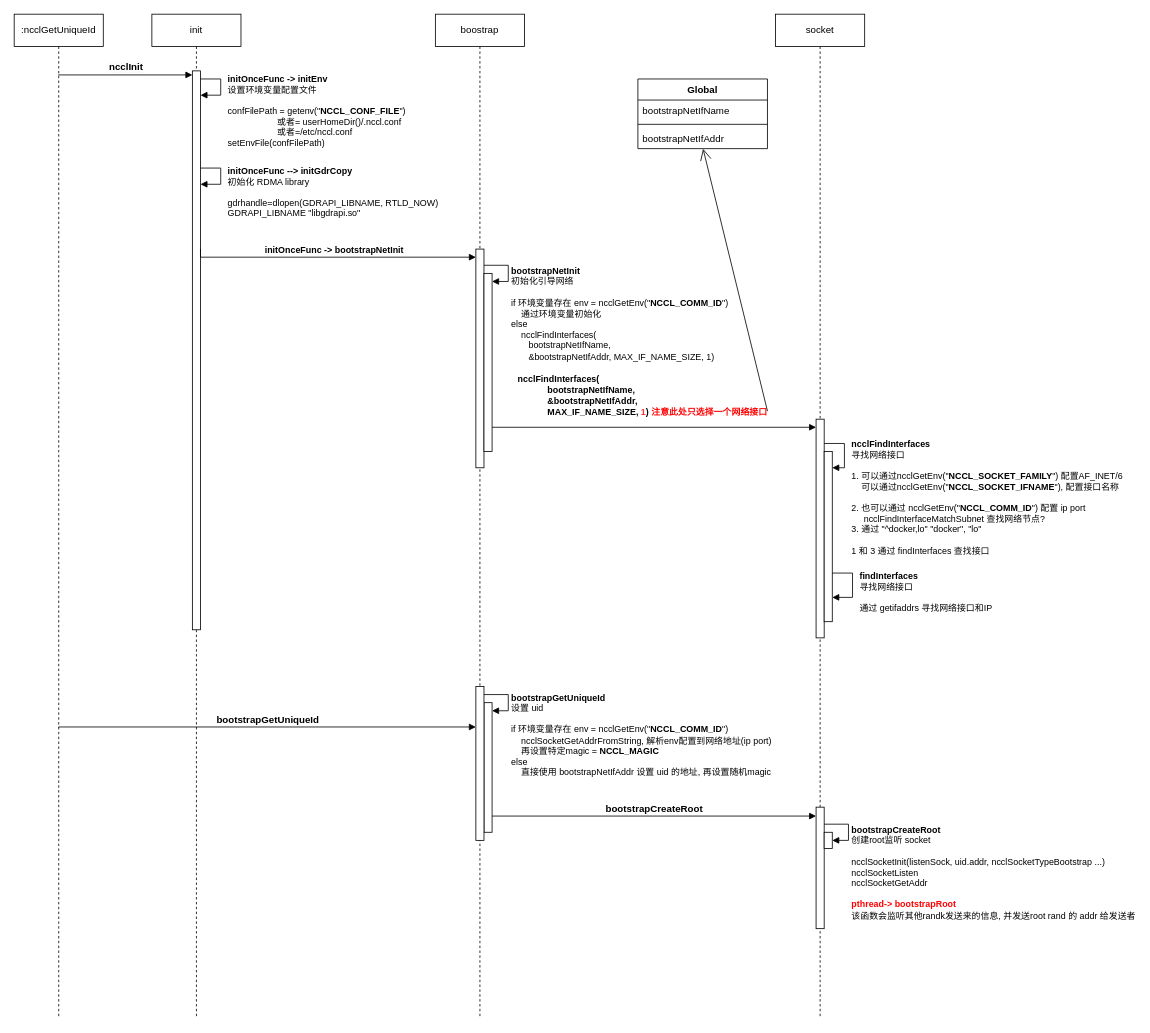
evolution124/mydiagram keeps this draw.io diagram as ncclGetUniqueId.drawio. Above is the earlier version. Source tidied: cells renumbered, new cells numbered last; positions are measured from the earlier drawing's top-left corner, leaving out a move shared by most shapes. Both pictures are drawn from the tidied source at 81%, with x=0, y=0 at pixel (14, 14).
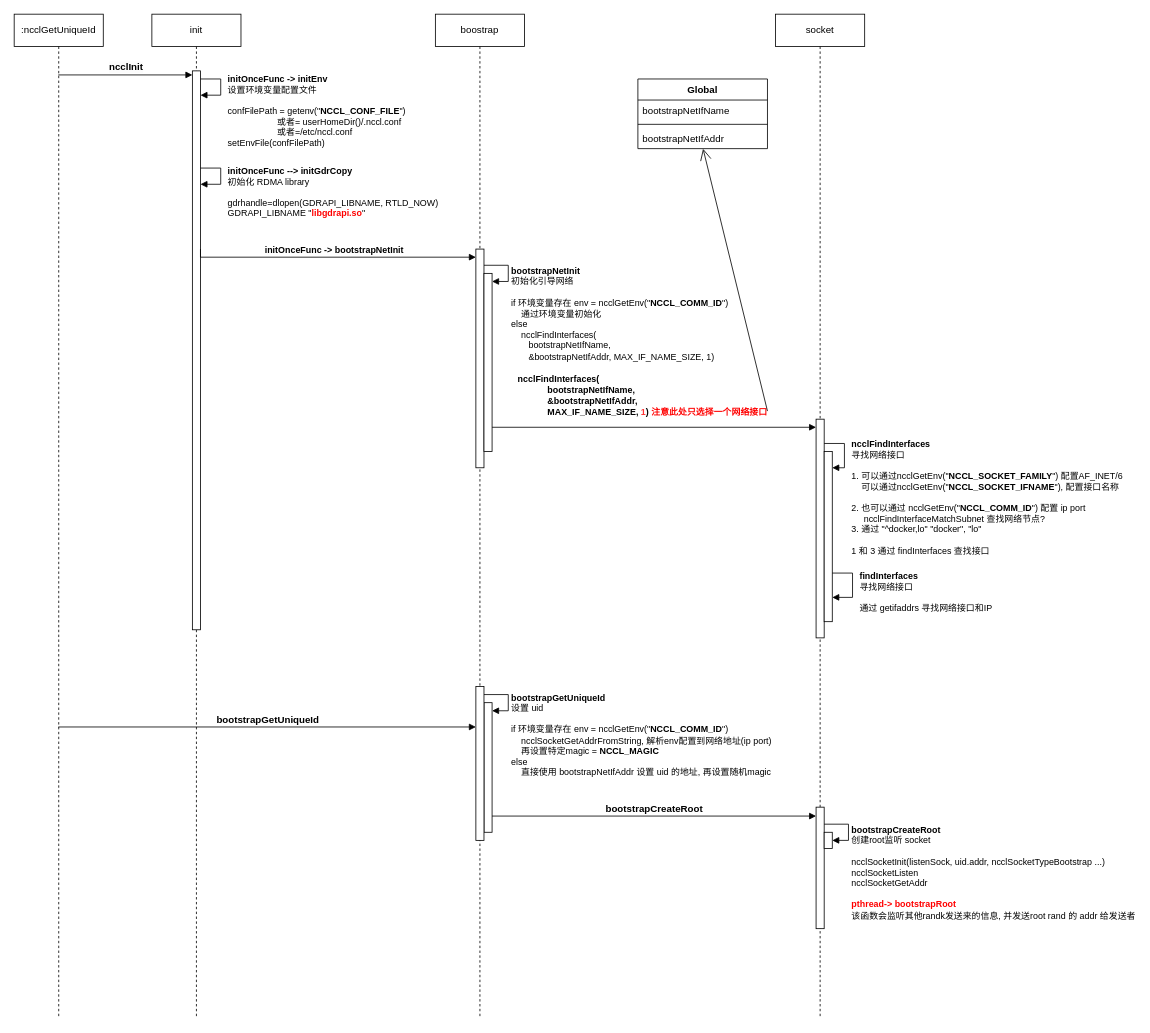
After the change.

The edit, as a diff of the source:
```diff
@@
-    <mxCell id="7" value="&lt;div&gt;&lt;b&gt;initOnceFunc --&amp;gt; initGdrCopy&lt;br&gt;&lt;/b&gt;初始化 RDMA library&lt;/div&gt;&lt;div&gt;&lt;br&gt;&lt;/div&gt;&lt;div&gt;gdrhandle=dlopen(GDRAPI_LIBNAME, RTLD_NOW)&lt;br&gt;GDRAPI_LIBNAME&amp;nbsp;&quot;libgdrapi.so&quot;&lt;/div&gt;" style="html=1;align=left;spacingLeft=2;endArrow=block;rounded=0;edgeStyle=orthogonalEdgeStyle;curved=0;rounded=0;" parent="1" edge="1">
+    <mxCell id="7" value="&lt;div&gt;&lt;b&gt;initOnceFunc --&amp;gt; initGdrCopy&lt;br&gt;&lt;/b&gt;初始化 RDMA library&lt;/div&gt;&lt;div&gt;&lt;br&gt;&lt;/div&gt;&lt;div&gt;gdrhandle=dlopen(GDRAPI_LIBNAME, RTLD_NOW)&lt;br&gt;GDRAPI_LIBNAME&amp;nbsp;&quot;&lt;b&gt;&lt;font color=&quot;#ff0000&quot;&gt;libgdrapi.so&lt;/font&gt;&lt;/b&gt;&quot;&lt;/div&gt;" style="html=1;align=left;spacingLeft=2;endArrow=block;rounded=0;edgeStyle=orthogonalEdgeStyle;curved=0;rounded=0;" parent="1" edge="1">
       <mxGeometry x="0.29" y="11" relative="1" as="geometry">
         <mxPoint x="230" y="190" as="sourcePoint" />
         <mxPoint x="230" y="210" as="targetPoint" />
         <Array as="points">
           <mxPoint x="255" y="190" />
           <mxPoint x="255" y="210" />
         </Array>
         <mxPoint x="5" y="-1" as="offset" />
       </mxGeometry>
     </mxCell>
```
